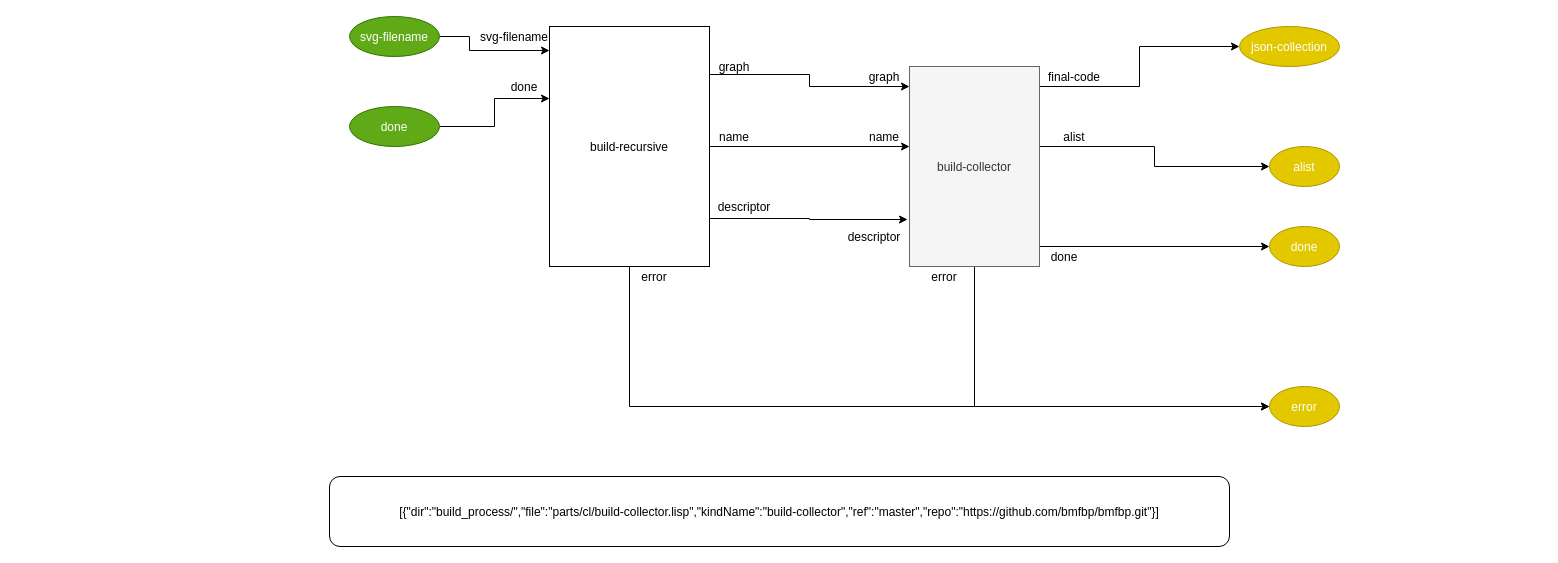
This is page "build" (3 of 5) of build_process/parts/diagram/build.drawio from bmfbp/bmfbp, a draw.io file, before an edit. Source tidied: cells renumbered, new cells numbered last; positions are measured from the earlier drawing's top-left corner, leaving out a move shared by most shapes. Both pictures are drawn from the tidied source at 100%, with x=0, y=0 at pixel (329, 16).
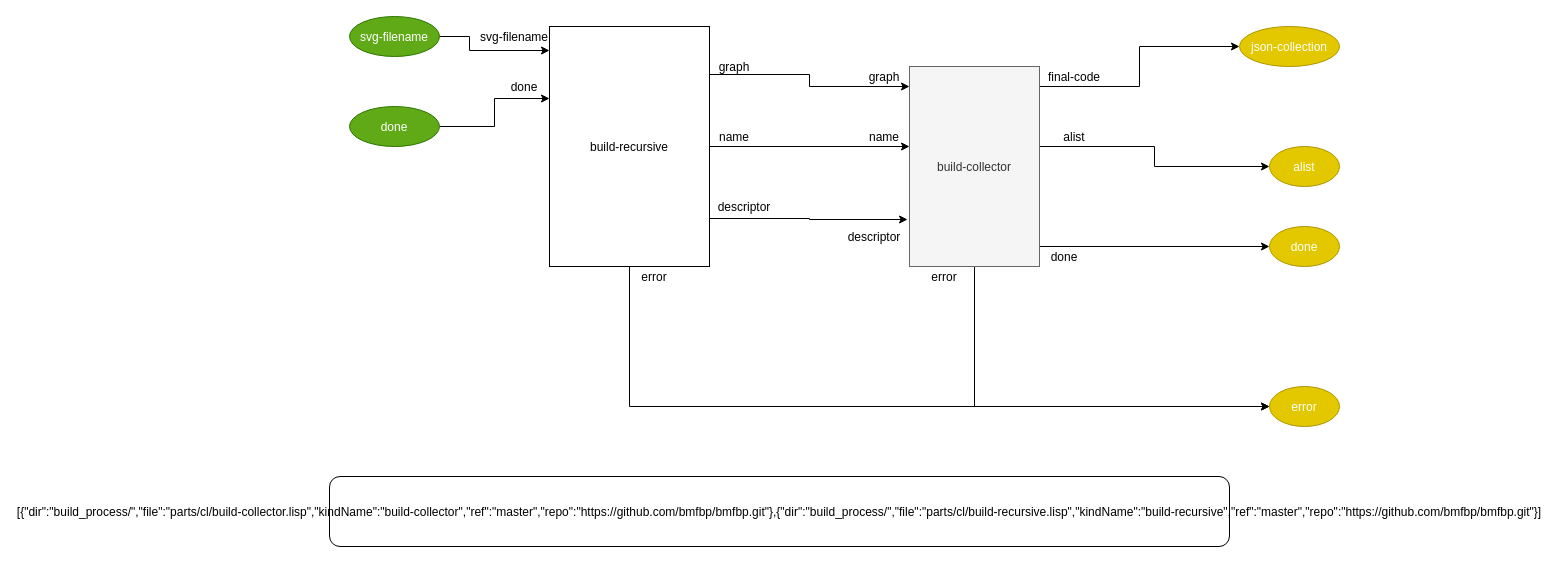
The same diagram, later.

The edit, as a diff of the source:
```diff
@@
-    <mxCell id="33" value="[{&quot;dir&quot;:&quot;build_process/&quot;,&quot;file&quot;:&quot;parts/cl/build-collector.lisp&quot;,&quot;kindName&quot;:&quot;build-collector&quot;,&quot;ref&quot;:&quot;master&quot;,&quot;repo&quot;:&quot;https://github.com/bmfbp/bmfbp.git&quot;}]" style="rounded=1;" parent="1" vertex="1">
+    <mxCell id="33" value="[{&quot;dir&quot;:&quot;build_process/&quot;,&quot;file&quot;:&quot;parts/cl/build-collector.lisp&quot;,&quot;kindName&quot;:&quot;build-collector&quot;,&quot;ref&quot;:&quot;master&quot;,&quot;repo&quot;:&quot;https://github.com/bmfbp/bmfbp.git&quot;},{&quot;dir&quot;:&quot;build_process/&quot;,&quot;file&quot;:&quot;parts/cl/build-recursive.lisp&quot;,&quot;kindName&quot;:&quot;build-recursive&quot;,&quot;ref&quot;:&quot;master&quot;,&quot;repo&quot;:&quot;https://github.com/bmfbp/bmfbp.git&quot;}]" style="rounded=1;" parent="1" vertex="1">
       <mxGeometry y="460" width="900" height="70" as="geometry" />
     </mxCell>
```
